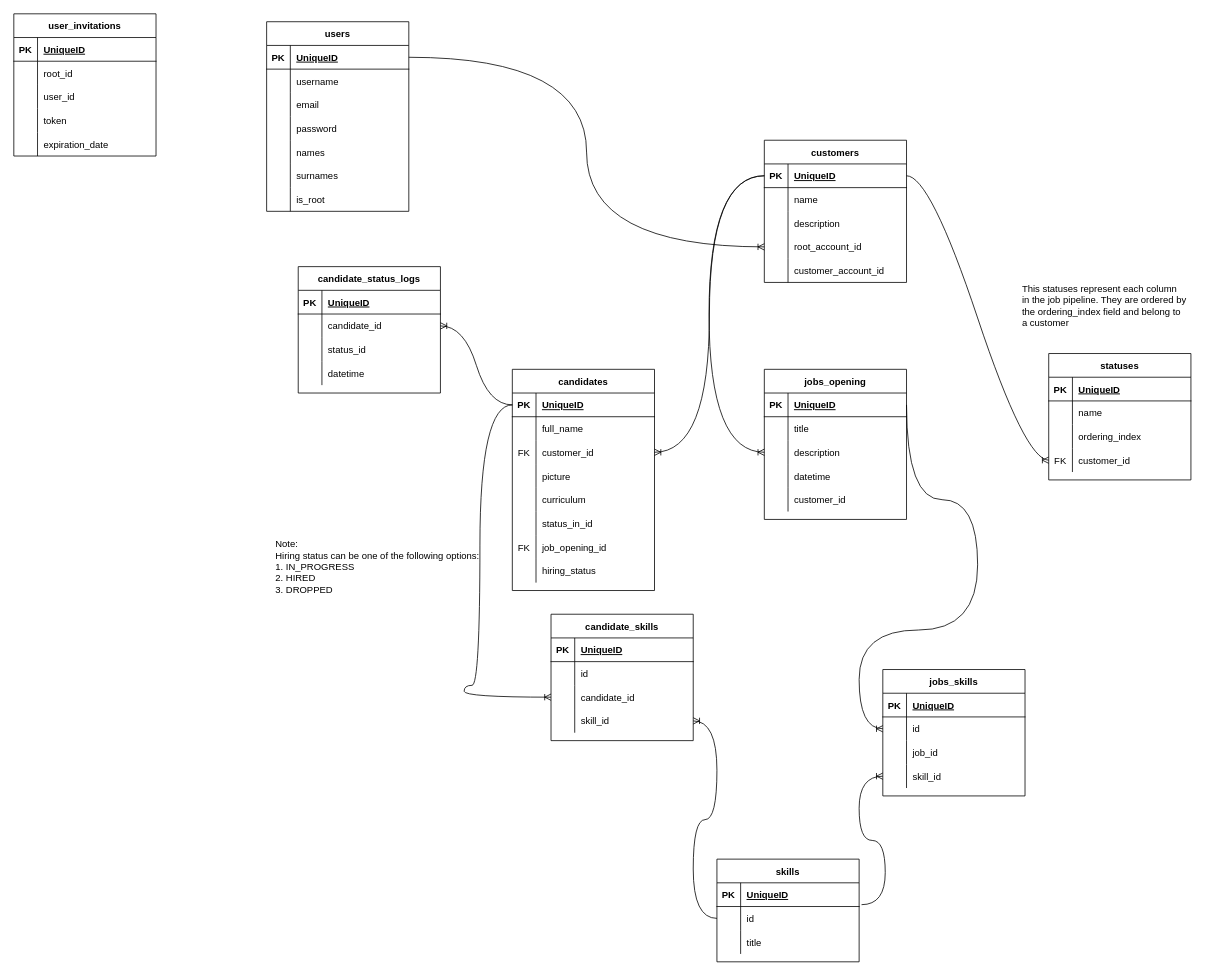
Earlier version of the draw.io diagram Data Structure.drawio (choucoder/multi-tenant-ats). Source tidied: cells renumbered, new cells numbered last; positions are measured from the earlier drawing's top-left corner, leaving out a move shared by most shapes. Both pictures are drawn from the tidied source at 79%, with x=0, y=0 at pixel (13, 13).
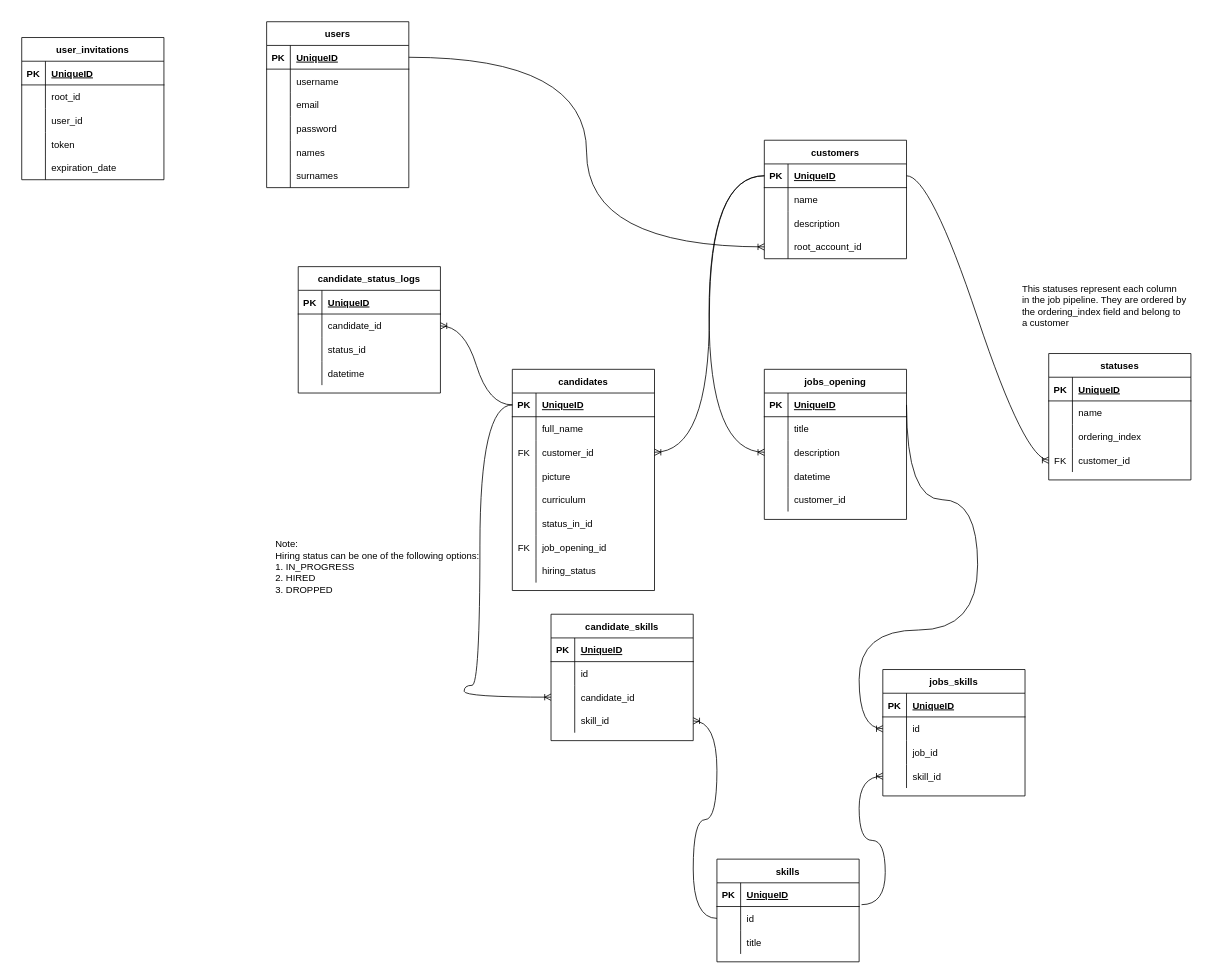
After the change.

Change to the diagram source:
```diff
@@
     <mxCell id="18" value="users" style="shape=table;startSize=30;childLayout=tableLayout;rowLines=0;fontStyle=1;align=center;" parent="1" vertex="1">
-      <mxGeometry x="320" y="10" width="180" height="240" as="geometry" />
+      <mxGeometry x="320" y="10" width="180" height="210" as="geometry" />
     </mxCell>
@@
-    <mxCell id="37" style="shape=tableRow;horizontal=0;startSize=0;swimlaneHead=0;swimlaneBody=0;fillColor=none;top=0;left=0;right=0;bottom=0;" parent="18" vertex="1">
-      <mxGeometry y="210" width="180" height="30" as="geometry" />
-    </mxCell>
-    <mxCell id="38" style="shape=partialRectangle;fillColor=none;top=0;left=0;bottom=0;right=0;overflow=hidden;" parent="37" vertex="1">
-      <mxGeometry width="30" height="30" as="geometry" />
-    </mxCell>
-    <mxCell id="39" value="is_root" style="shape=partialRectangle;fillColor=none;top=0;left=0;bottom=0;right=0;align=left;spacingLeft=6;overflow=hidden;" parent="37" vertex="1">
-      <mxGeometry x="30" width="150" height="30" as="geometry" />
-    </mxCell>
@@
     <mxCell id="88" value="customers" style="shape=table;startSize=30;childLayout=tableLayout;rowLines=0;fontStyle=1;align=center;" parent="1" vertex="1">
-      <mxGeometry x="950" y="160" width="180" height="180" as="geometry" />
+      <mxGeometry x="950" y="160" width="180" height="150" as="geometry" />
     </mxCell>
@@
-    <mxCell id="101" style="shape=tableRow;horizontal=0;startSize=0;swimlaneHead=0;swimlaneBody=0;fillColor=none;top=0;left=0;right=0;bottom=0;" parent="88" vertex="1">
-      <mxGeometry y="150" width="180" height="30" as="geometry" />
-    </mxCell>
-    <mxCell id="102" style="shape=partialRectangle;fillColor=none;top=0;left=0;bottom=0;right=0;overflow=hidden;" parent="101" vertex="1">
-      <mxGeometry width="30" height="30" as="geometry" />
-    </mxCell>
-    <mxCell id="103" value="customer_account_id" style="shape=partialRectangle;fillColor=none;top=0;left=0;bottom=0;right=0;align=left;spacingLeft=6;overflow=hidden;" parent="101" vertex="1">
-      <mxGeometry x="30" width="150" height="30" as="geometry" />
-    </mxCell>
@@
     <mxCell id="154" value="user_invitations" style="shape=table;startSize=30;childLayout=tableLayout;rowLines=0;fontStyle=1;align=center;" parent="1" vertex="1">
-      <mxGeometry width="180" height="180" as="geometry" />
+      <mxGeometry x="10" y="30" width="180" height="180" as="geometry" />
     </mxCell>
```
